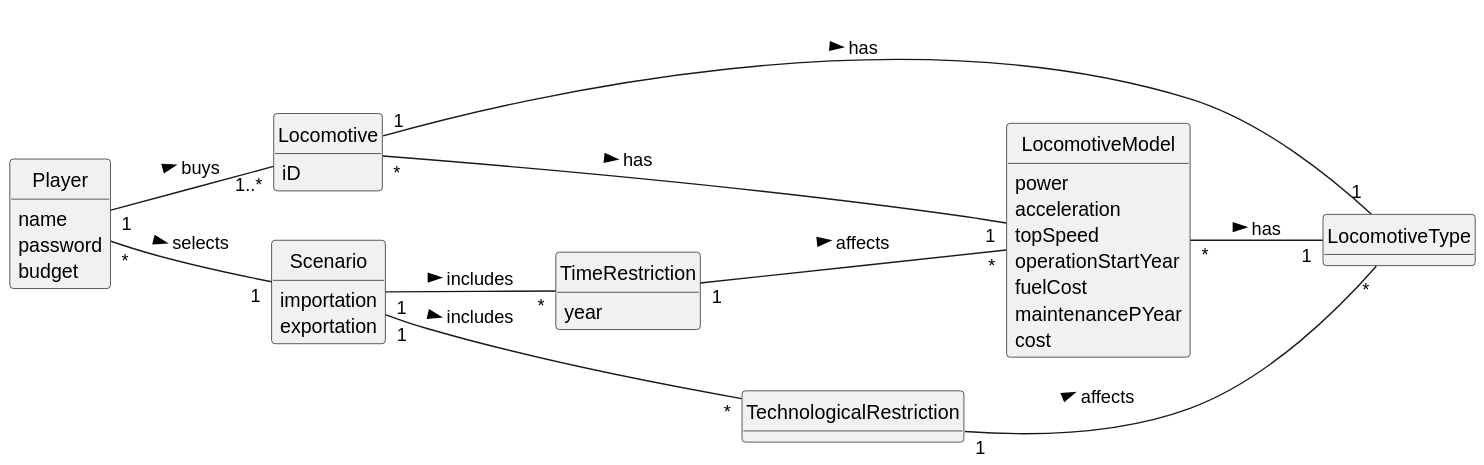
1240935/pi2-railway-simulator keeps this PlantUML diagram as Sprint2/US009/02.analysis/svg/US009-DM.svg. Above is the earlier version.
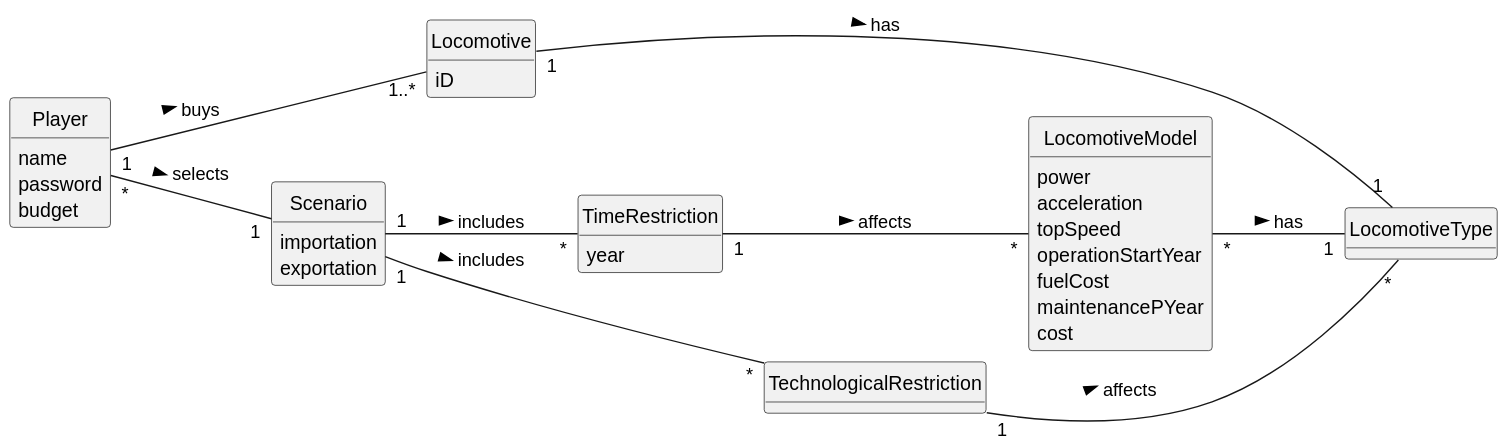
Above is the later version.

Diff of the diagram source:
```diff
@@ -51,6 +51,5 @@
 Scenario "1" -- "*" TimeRestriction: includes >
 TimeRestriction "1" -- "*" LocomotiveModel: affects >
 TechnologicalRestriction "1" -- "*" LocomotiveType: affects >
-Locomotive "*" -- "1" LocomotiveModel: has >
 LocomotiveModel "*" -- "1" LocomotiveType: has >
 @enduml
```
